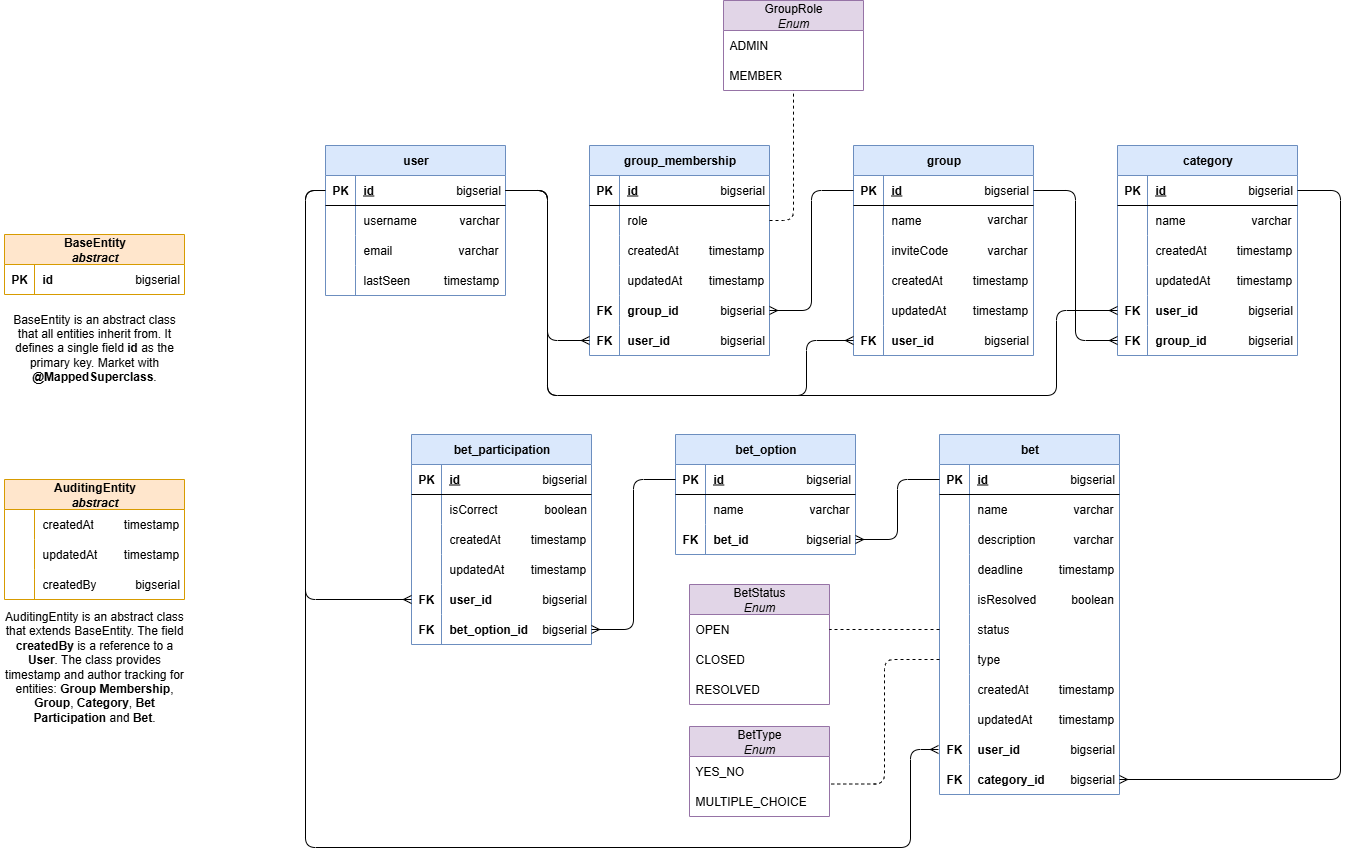
chromeckap/betting-app keeps this draw.io diagram as docs/er-diagram.png. Above is the earlier version. Source tidied: cells renumbered, new cells last; positions are measured from the earlier drawing's top-left corner, leaving out a move shared by most shapes.
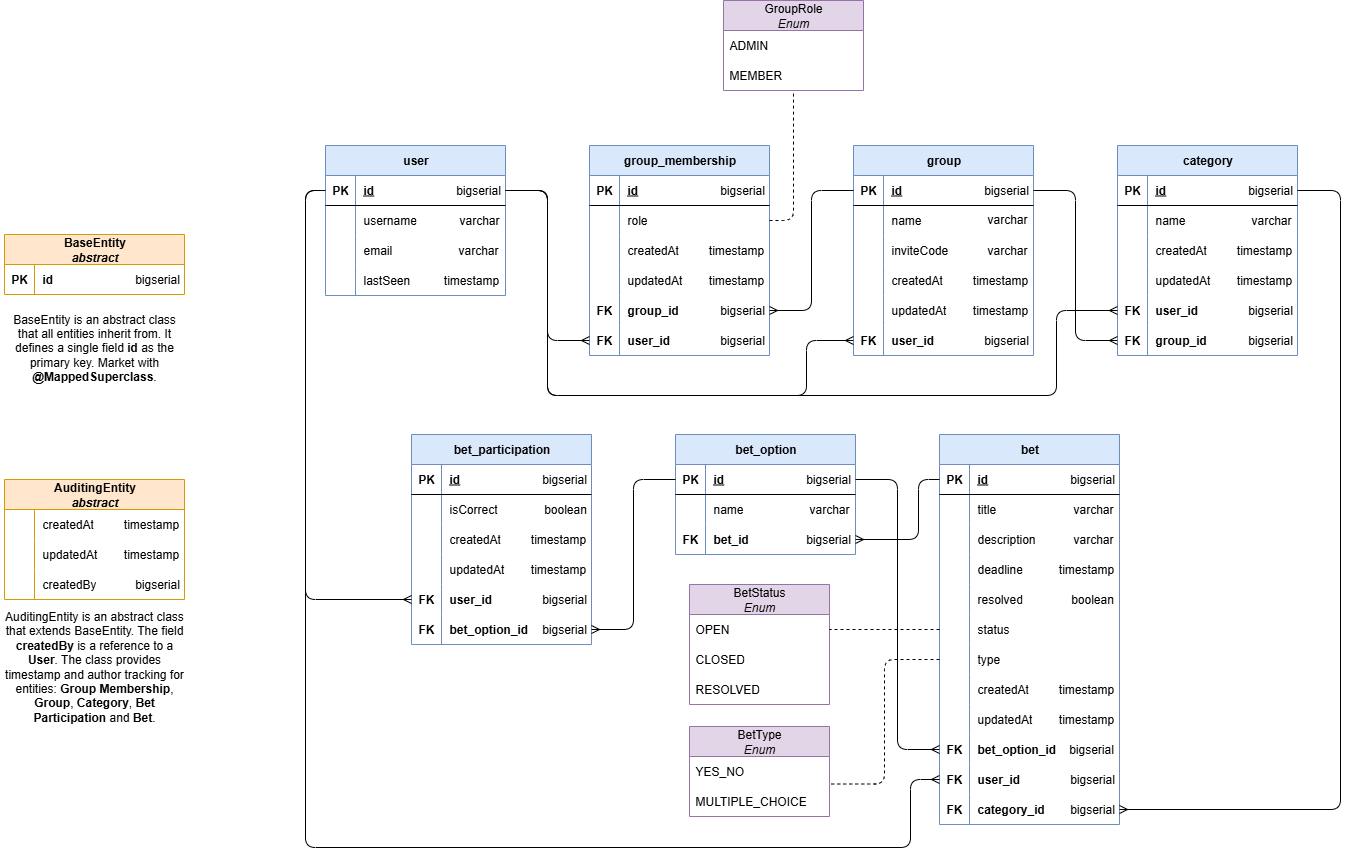
Later version of the same file.

Commit message:
added correct option attribute to bet entity

What changed in the source:
```diff
@@ -156,7 +156,7 @@
       <mxGeometry x="30" width="150" height="30" as="geometry" />
     </mxCell>
     <mxCell id="53" value="bet" style="shape=table;startSize=30;rowLines=0;fontStyle=1;align=center;html=1;fillColor=#dae8fc;strokeColor=#6c8ebf;" parent="1" vertex="1">
-      <mxGeometry x="939" y="434" width="180" height="360" as="geometry" />
+      <mxGeometry x="939" y="434" width="180" height="390" as="geometry" />
     </mxCell>
     <mxCell id="54" style="shape=tableRow;horizontal=0;startSize=0;swimlaneHead=0;swimlaneBody=0;fillColor=none;points=[[0,0.5],[1,0.5]];portConstraint=eastwest;top=0;left=0;right=0;bottom=1;" parent="53" vertex="1">
       <mxGeometry y="30" width="180" height="30" as="geometry" />
@@ -173,7 +173,7 @@
     <mxCell id="58" style="shape=partialRectangle;fillColor=none;top=0;left=0;bottom=0;right=0;overflow=hidden;whiteSpace=wrap;html=1;" parent="57" vertex="1">
       <mxGeometry width="30" height="30" as="geometry" />
     </mxCell>
-    <mxCell id="59" value="name" style="shape=partialRectangle;fillColor=none;top=0;left=0;bottom=0;right=0;align=left;spacingLeft=6;overflow=hidden;whiteSpace=wrap;html=1;" parent="57" vertex="1">
+    <mxCell id="59" value="title" style="shape=partialRectangle;fillColor=none;top=0;left=0;bottom=0;right=0;align=left;spacingLeft=6;overflow=hidden;whiteSpace=wrap;html=1;" parent="57" vertex="1">
       <mxGeometry x="30" width="150" height="30" as="geometry" />
     </mxCell>
     <mxCell id="60" style="shape=tableRow;horizontal=0;startSize=0;swimlaneHead=0;swimlaneBody=0;fillColor=none;top=0;left=0;right=0;bottom=0;" parent="53" vertex="1">
@@ -200,7 +200,7 @@
     <mxCell id="67" style="shape=partialRectangle;fillColor=none;top=0;left=0;bottom=0;right=0;overflow=hidden;whiteSpace=wrap;html=1;" parent="66" vertex="1">
       <mxGeometry width="30" height="30" as="geometry" />
     </mxCell>
-    <mxCell id="68" value="isResolved" style="shape=partialRectangle;fillColor=none;top=0;left=0;bottom=0;right=0;align=left;spacingLeft=6;overflow=hidden;whiteSpace=wrap;html=1;" parent="66" vertex="1">
+    <mxCell id="68" value="resolved" style="shape=partialRectangle;fillColor=none;top=0;left=0;bottom=0;right=0;align=left;spacingLeft=6;overflow=hidden;whiteSpace=wrap;html=1;" parent="66" vertex="1">
       <mxGeometry x="30" width="150" height="30" as="geometry" />
     </mxCell>
     <mxCell id="69" style="shape=tableRow;horizontal=0;startSize=0;swimlaneHead=0;swimlaneBody=0;fillColor=none;points=[[0,0.5],[1,0.5]];portConstraint=eastwest;top=0;left=0;right=0;bottom=0;" parent="53" vertex="1">
@@ -239,8 +239,17 @@
     <mxCell id="80" value="updatedAt" style="shape=partialRectangle;fillColor=none;top=0;left=0;bottom=0;right=0;align=left;spacingLeft=6;overflow=hidden;whiteSpace=wrap;html=1;" parent="78" vertex="1">
       <mxGeometry x="30" width="150" height="30" as="geometry" />
     </mxCell>
+    <mxCell id="217" style="shape=tableRow;horizontal=0;startSize=0;swimlaneHead=0;swimlaneBody=0;fillColor=none;points=[[0,0.5],[1,0.5]];portConstraint=eastwest;top=0;left=0;right=0;bottom=0;" parent="53" vertex="1">
+      <mxGeometry y="300" width="180" height="30" as="geometry" />
+    </mxCell>
+    <mxCell id="218" value="&lt;b&gt;FK&lt;/b&gt;" style="shape=partialRectangle;fillColor=none;top=0;left=0;bottom=0;right=0;overflow=hidden;whiteSpace=wrap;html=1;" parent="217" vertex="1">
+      <mxGeometry width="30" height="30" as="geometry" />
+    </mxCell>
+    <mxCell id="219" value="&lt;b&gt;bet_option_id&lt;/b&gt;" style="shape=partialRectangle;fillColor=none;top=0;left=0;bottom=0;right=0;align=left;spacingLeft=6;overflow=hidden;whiteSpace=wrap;html=1;" parent="217" vertex="1">
+      <mxGeometry x="30" width="150" height="30" as="geometry" />
+    </mxCell>
     <mxCell id="81" style="shape=tableRow;horizontal=0;startSize=0;swimlaneHead=0;swimlaneBody=0;fillColor=none;points=[[0,0.5],[1,0.5]];portConstraint=eastwest;top=0;left=0;right=0;bottom=0;" parent="53" vertex="1">
-      <mxGeometry y="300" width="180" height="30" as="geometry" />
+      <mxGeometry y="330" width="180" height="30" as="geometry" />
     </mxCell>
     <mxCell id="82" value="&lt;b&gt;FK&lt;/b&gt;" style="shape=partialRectangle;fillColor=none;top=0;left=0;bottom=0;right=0;overflow=hidden;whiteSpace=wrap;html=1;" parent="81" vertex="1">
       <mxGeometry width="30" height="30" as="geometry" />
@@ -249,7 +258,7 @@
       <mxGeometry x="30" width="150" height="30" as="geometry" />
     </mxCell>
     <mxCell id="84" style="shape=tableRow;horizontal=0;startSize=0;swimlaneHead=0;swimlaneBody=0;fillColor=none;points=[[0,0.5],[1,0.5]];portConstraint=eastwest;top=0;left=0;right=0;bottom=0;" parent="53" vertex="1">
-      <mxGeometry y="330" width="180" height="30" as="geometry" />
+      <mxGeometry y="360" width="180" height="30" as="geometry" />
     </mxCell>
     <mxCell id="85" value="&lt;b&gt;FK&lt;/b&gt;" style="shape=partialRectangle;fillColor=none;top=0;left=0;bottom=0;right=0;overflow=hidden;whiteSpace=wrap;html=1;" parent="84" vertex="1">
       <mxGeometry width="30" height="30" as="geometry" />
@@ -417,12 +426,17 @@
       <mxGeometry relative="1" as="geometry">
         <Array as="points">
           <mxPoint x="1340" y="190" />
-          <mxPoint x="1340" y="779" />
+          <mxPoint x="1340" y="809" />
         </Array>
       </mxGeometry>
     </mxCell>
     <mxCell id="140" style="edgeStyle=orthogonalEdgeStyle;rounded=1;jettySize=auto;html=1;curved=0;endArrow=ERmany;endFill=0;" parent="1" edge="1" source="54" target="113">
-      <mxGeometry relative="1" as="geometry" />
+      <mxGeometry relative="1" as="geometry">
+        <Array as="points">
+          <mxPoint x="918" y="479" />
+          <mxPoint x="918" y="539" />
+        </Array>
+      </mxGeometry>
     </mxCell>
     <mxCell id="141" style="edgeStyle=orthogonalEdgeStyle;rounded=1;jettySize=auto;html=1;entryX=1;entryY=0.5;entryDx=0;entryDy=0;curved=0;endArrow=ERmany;endFill=0;" parent="1" edge="1" source="107" target="103">
       <mxGeometry relative="1" as="geometry" />
@@ -514,15 +528,14 @@
     <mxCell id="170" value="AuditingEntity is an abstract class that extends BaseEntity. The field &lt;b&gt;createdBy &lt;/b&gt;is a reference to a &lt;b&gt;User&lt;/b&gt;. The class provides timestamp and author tracking for entities:&amp;nbsp;&lt;b&gt;Group Membership&lt;/b&gt;, &lt;b&gt;Group&lt;/b&gt;, &lt;b&gt;Category&lt;/b&gt;, &lt;b&gt;Bet Participation&lt;/b&gt;&amp;nbsp;and &lt;b&gt;Bet&lt;/b&gt;." style="text;html=1;align=center;verticalAlign=middle;whiteSpace=wrap;rounded=0;" parent="1" vertex="1">
       <mxGeometry y="599" width="188" height="133" as="geometry" />
     </mxCell>
-    <mxCell id="171" style="edgeStyle=orthogonalEdgeStyle;rounded=1;orthogonalLoop=1;jettySize=auto;html=1;entryX=0;entryY=0.5;entryDx=0;entryDy=0;curved=0;endArrow=ERmany;endFill=0;" parent="1" edge="1">
+    <mxCell id="171" style="edgeStyle=orthogonalEdgeStyle;rounded=1;jettySize=auto;html=1;entryX=0;entryY=0.5;entryDx=0;entryDy=0;curved=0;endArrow=ERmany;endFill=0;" parent="1" edge="1" target="81">
       <mxGeometry relative="1" as="geometry">
         <mxPoint x="324" y="190" as="sourcePoint" />
-        <mxPoint x="938" y="749" as="targetPoint" />
         <Array as="points">
           <mxPoint x="305" y="190" />
           <mxPoint x="305" y="847" />
           <mxPoint x="910" y="847" />
-          <mxPoint x="910" y="749" />
+          <mxPoint x="910" y="779" />
         </Array>
       </mxGeometry>
     </mxCell>
@@ -607,6 +620,9 @@
     <mxCell id="192" value="bigserial" style="text;html=1;align=center;verticalAlign=middle;whiteSpace=wrap;rounded=0;" parent="1" vertex="1">
       <mxGeometry x="1065" y="464" width="54" height="30" as="geometry" />
     </mxCell>
+    <mxCell id="220" style="edgeStyle=orthogonalEdgeStyle;rounded=1;jettySize=auto;html=1;exitX=1;exitY=0.5;exitDx=0;exitDy=0;entryX=0;entryY=0.5;entryDx=0;entryDy=0;curved=0;endArrow=ERmany;endFill=0;" parent="1" edge="1" source="193" target="217">
+      <mxGeometry relative="1" as="geometry" />
+    </mxCell>
     <mxCell id="193" value="bigserial" style="text;html=1;align=center;verticalAlign=middle;whiteSpace=wrap;rounded=0;" parent="1" vertex="1">
       <mxGeometry x="801" y="464" width="54" height="30" as="geometry" />
     </mxCell>
@@ -647,10 +663,10 @@
       <mxGeometry x="801" y="524" width="54" height="30" as="geometry" />
     </mxCell>
     <mxCell id="206" value="bigserial" style="text;html=1;align=center;verticalAlign=middle;whiteSpace=wrap;rounded=0;" parent="1" vertex="1">
-      <mxGeometry x="1065" y="764" width="54" height="30" as="geometry" />
+      <mxGeometry x="1065" y="794" width="54" height="30" as="geometry" />
     </mxCell>
     <mxCell id="207" value="bigserial" style="text;html=1;align=center;verticalAlign=middle;whiteSpace=wrap;rounded=0;" parent="1" vertex="1">
-      <mxGeometry x="1065" y="734" width="54" height="30" as="geometry" />
+      <mxGeometry x="1065" y="764" width="54" height="30" as="geometry" />
     </mxCell>
     <mxCell id="208" value="varchar" style="text;html=1;align=center;verticalAlign=middle;whiteSpace=wrap;rounded=0;" parent="1" vertex="1">
       <mxGeometry x="1067" y="494" width="52" height="30" as="geometry" />
@@ -679,5 +695,8 @@
     <mxCell id="216" value="timestamp" style="text;html=1;align=center;verticalAlign=middle;whiteSpace=wrap;rounded=0;" parent="1" vertex="1">
       <mxGeometry x="121" y="539" width="60" height="30" as="geometry" />
     </mxCell>
+    <mxCell id="221" value="bigserial" style="text;html=1;align=center;verticalAlign=middle;whiteSpace=wrap;rounded=0;" parent="1" vertex="1">
+      <mxGeometry x="1064" y="734" width="54" height="30" as="geometry" />
+    </mxCell>
   </root>
 </mxGraphModel>
```
